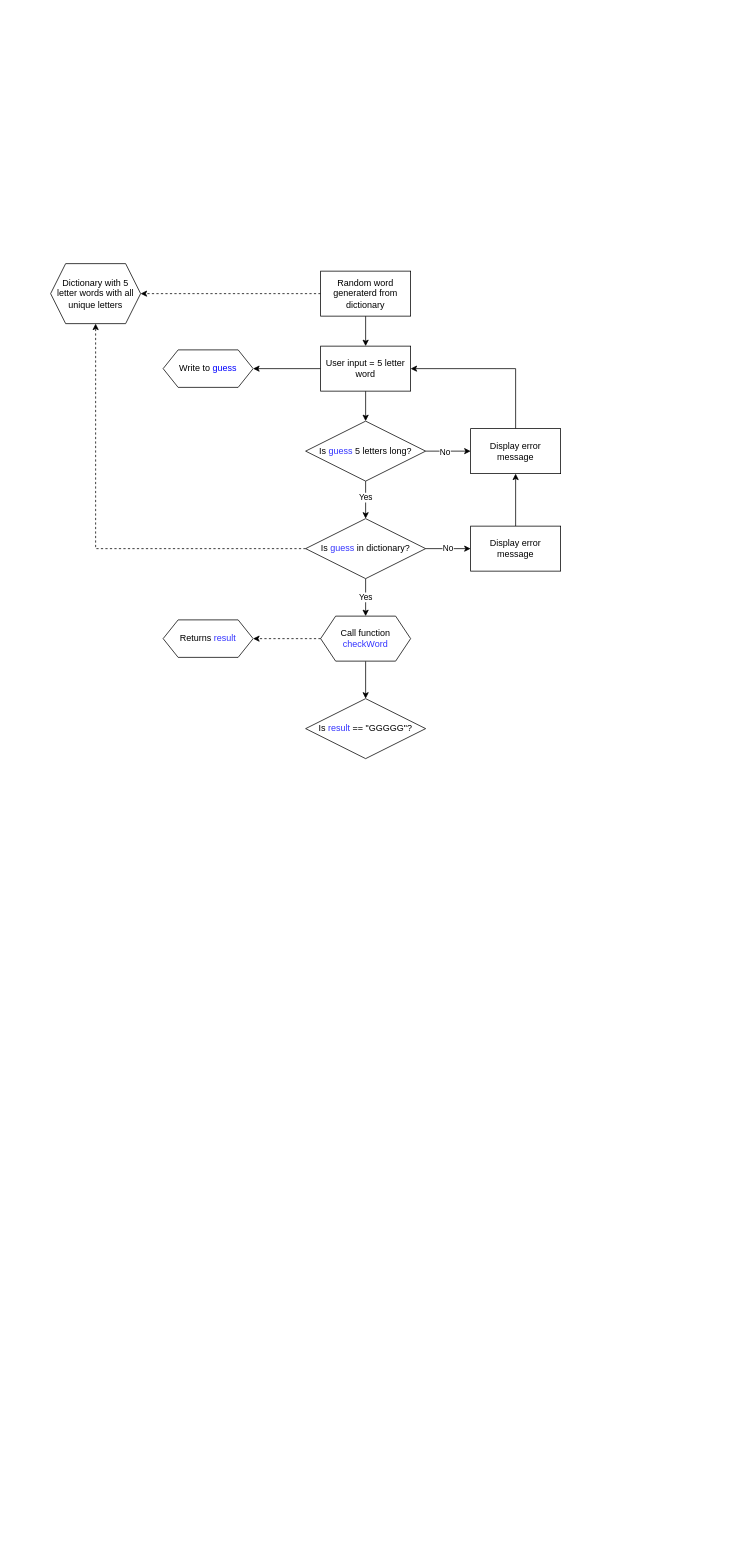
This is page "Main" (1 of 2) of wordle/logic.drawio from bansuri1/pythongames, a draw.io file, before an edit. Source tidied: cells renumbered, new cells numbered last; positions are measured from the earlier drawing's top-left corner, leaving out a move shared by most shapes. Both pictures are drawn from the tidied source at 75%, with x=0, y=0 at pixel (50, 263).
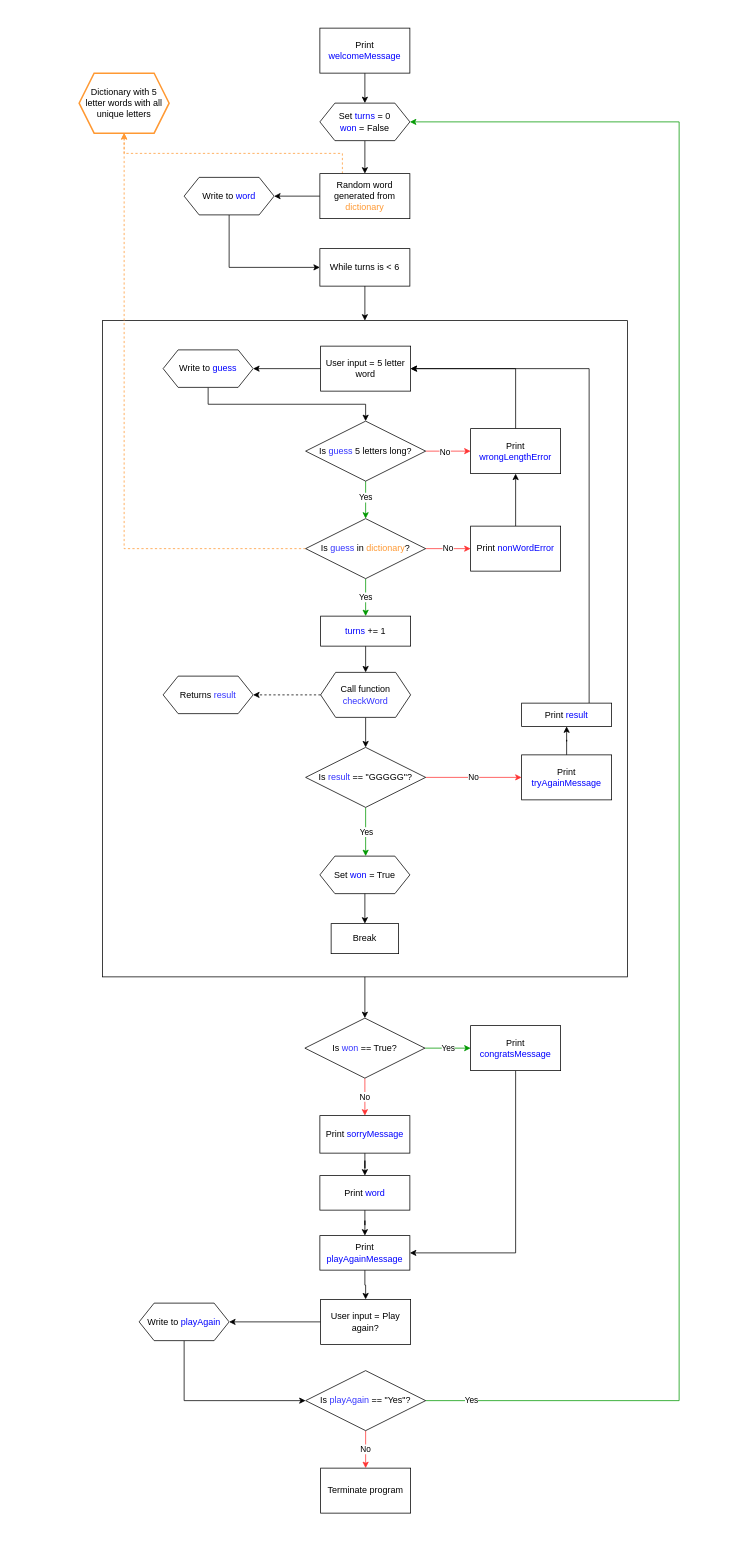
After the change.

Unchanged cells that the change refers to:
```xml
<mxCell id="8" value="User input = 5 letter word" style="rounded=0;whiteSpace=wrap;html=1;" parent="1" vertex="1">
  <mxGeometry x="360" y="110" width="120" height="60" as="geometry" />
</mxCell>
<mxCell id="9" value="Write to &lt;font color=&quot;#0000ff&quot;&gt;guess&lt;/font&gt;" style="shape=hexagon;perimeter=hexagonPerimeter2;whiteSpace=wrap;html=1;fixedSize=1;" parent="1" vertex="1">
  <mxGeometry x="150" y="115" width="120" height="50" as="geometry" />
</mxCell>
<mxCell id="14" value="&lt;font color=&quot;#000000&quot;&gt;Is &lt;/font&gt;&lt;font color=&quot;#3333ff&quot;&gt;guess&lt;/font&gt;&lt;font color=&quot;#000000&quot;&gt; 5 letters long?&lt;/font&gt;" style="rhombus;whiteSpace=wrap;html=1;fontColor=#0000FF;" parent="1" vertex="1">
  <mxGeometry x="340" y="210" width="160" height="80" as="geometry" />
</mxCell>
```

The edit, as a diff of the source:
```diff
@@
+    <mxCell id="28" style="rounded=0;whiteSpace=wrap;html=1;fontColor=#FF9933;strokeColor=none;strokeWidth=2;fillColor=#FFFFFF;" parent="1" vertex="1">
+      <mxGeometry x="-50" y="-334" width="940" height="2030" as="geometry" />
+    </mxCell>
+    <mxCell id="29" style="edgeStyle=orthogonalEdgeStyle;rounded=0;jettySize=auto;html=1;exitX=0.5;exitY=1;exitDx=0;exitDy=0;fontColor=#0000FF;strokeColor=#000000;strokeWidth=1;" parent="1" edge="1" source="30" target="61">
+      <mxGeometry relative="1" as="geometry" />
+    </mxCell>
+    <mxCell id="30" style="rounded=0;whiteSpace=wrap;html=1;fontColor=#000000;fillColor=none;" parent="1" vertex="1">
+      <mxGeometry x="69" y="76" width="700" height="875" as="geometry" />
+    </mxCell>
-    <mxCell id="2" value="Dictionary with 5 letter words with all unique letters" style="shape=hexagon;perimeter=hexagonPerimeter2;whiteSpace=wrap;html=1;fixedSize=1;" parent="1" vertex="1">
-      <mxGeometry width="120" height="80" as="geometry" />
+    <mxCell id="2" value="Dictionary with 5 letter words with all unique letters" style="shape=hexagon;perimeter=hexagonPerimeter2;whiteSpace=wrap;html=1;fixedSize=1;strokeColor=#FF9933;strokeWidth=2;" parent="1" vertex="1">
+      <mxGeometry x="38" y="-254" width="120" height="80" as="geometry" />
     </mxCell>
-    <mxCell id="3" style="edgeStyle=orthogonalEdgeStyle;rounded=0;jettySize=auto;html=1;fontColor=#0000FF;" parent="1" edge="1" source="5" target="8">
-      <mxGeometry relative="1" as="geometry" />
-    </mxCell>
+    <mxCell id="31" style="edgeStyle=orthogonalEdgeStyle;rounded=0;jettySize=auto;html=1;fontColor=#000000;" parent="1" edge="1" source="5" target="53">
+      <mxGeometry relative="1" as="geometry" />
+    </mxCell>
-    <mxCell id="4" style="edgeStyle=orthogonalEdgeStyle;rounded=0;jettySize=auto;html=1;exitX=0;exitY=0.5;exitDx=0;exitDy=0;dashed=1;fontColor=#000000;" parent="1" edge="1" source="5" target="2">
+    <mxCell id="4" style="edgeStyle=orthogonalEdgeStyle;rounded=0;jettySize=auto;html=1;exitX=0.25;exitY=0;exitDx=0;exitDy=0;fontColor=#000000;strokeColor=#FF9933;strokeWidth=1;dashed=1;" parent="1" edge="1" source="5" target="2">
       <mxGeometry relative="1" as="geometry" />
     </mxCell>
-    <mxCell id="5" value="Random word generaterd from dictionary" style="rounded=0;whiteSpace=wrap;html=1;" parent="1" vertex="1">
-      <mxGeometry x="360" y="10" width="120" height="60" as="geometry" />
+    <mxCell id="5" value="Random word generated from &lt;font color=&quot;#ff9933&quot;&gt;dictionary&lt;/font&gt;" style="rounded=0;whiteSpace=wrap;html=1;" parent="1" vertex="1">
+      <mxGeometry x="359" y="-120" width="120" height="60" as="geometry" />
     </mxCell>
-    <mxCell id="6" style="edgeStyle=orthogonalEdgeStyle;rounded=0;jettySize=auto;html=1;fontColor=#000000;" parent="1" edge="1" source="8" target="14">
-      <mxGeometry relative="1" as="geometry" />
-    </mxCell>
@@
+    <mxCell id="32" style="edgeStyle=orthogonalEdgeStyle;rounded=0;jettySize=auto;html=1;exitX=0.5;exitY=1;exitDx=0;exitDy=0;fontColor=#000000;" parent="1" edge="1" source="9" target="14">
+      <mxGeometry relative="1" as="geometry" />
+    </mxCell>
@@
-    <mxCell id="10" style="edgeStyle=orthogonalEdgeStyle;rounded=0;jettySize=auto;html=1;fontColor=#000000;" parent="1" edge="1" source="14" target="16">
+    <mxCell id="10" style="edgeStyle=orthogonalEdgeStyle;rounded=0;jettySize=auto;html=1;fontColor=#000000;strokeColor=#FF3333;" parent="1" edge="1" source="14" target="16">
       <mxGeometry relative="1" as="geometry" />
     </mxCell>
@@
-    <mxCell id="12" style="edgeStyle=orthogonalEdgeStyle;rounded=0;jettySize=auto;html=1;fontColor=#000000;" parent="1" edge="1" source="14">
+    <mxCell id="12" style="edgeStyle=orthogonalEdgeStyle;rounded=0;jettySize=auto;html=1;fontColor=#000000;strokeColor=#009900;" parent="1" edge="1" source="14">
       <mxGeometry relative="1" as="geometry">
         <mxPoint x="420" y="340" as="targetPoint" />
       </mxGeometry>
     </mxCell>
@@
-    <mxCell id="16" value="Display error message" style="rounded=0;whiteSpace=wrap;html=1;fontColor=#000000;" parent="1" vertex="1">
+    <mxCell id="16" value="Print &lt;font color=&quot;#0000ff&quot;&gt;wrongLengthError&lt;/font&gt;" style="rounded=0;whiteSpace=wrap;html=1;fontColor=#000000;" parent="1" vertex="1">
       <mxGeometry x="560" y="220" width="120" height="60" as="geometry" />
     </mxCell>
-    <mxCell id="17" style="edgeStyle=orthogonalEdgeStyle;rounded=0;jettySize=auto;html=1;exitX=0;exitY=0.5;exitDx=0;exitDy=0;fontColor=#000000;dashed=1;" parent="1" edge="1" source="20" target="2">
-      <mxGeometry relative="1" as="geometry" />
-    </mxCell>
-    <mxCell id="18" value="No" style="edgeStyle=orthogonalEdgeStyle;rounded=0;jettySize=auto;html=1;fontColor=#000000;" parent="1" edge="1" source="20" target="22">
+    <mxCell id="18" value="No" style="edgeStyle=orthogonalEdgeStyle;rounded=0;jettySize=auto;html=1;fontColor=#000000;strokeColor=#FF3333;" parent="1" edge="1" source="20" target="22">
       <mxGeometry relative="1" as="geometry" />
     </mxCell>
-    <mxCell id="19" value="&lt;font color=&quot;#000000&quot;&gt;Yes&lt;/font&gt;" style="edgeStyle=orthogonalEdgeStyle;rounded=0;jettySize=auto;html=1;fontColor=#0000FF;" parent="1" edge="1" source="20">
+    <mxCell id="19" value="&lt;font color=&quot;#000000&quot;&gt;Yes&lt;/font&gt;" style="edgeStyle=orthogonalEdgeStyle;rounded=0;jettySize=auto;html=1;fontColor=#0000FF;strokeColor=#009900;" parent="1" edge="1" source="20">
       <mxGeometry relative="1" as="geometry">
         <mxPoint x="420" y="470" as="targetPoint" />
       </mxGeometry>
     </mxCell>
+    <mxCell id="17" style="edgeStyle=orthogonalEdgeStyle;rounded=0;jettySize=auto;html=1;exitX=0;exitY=0.5;exitDx=0;exitDy=0;entryX=0.5;entryY=1;entryDx=0;entryDy=0;fontColor=#000000;strokeColor=#FF9933;strokeWidth=1;dashed=1;" parent="1" edge="1" source="20" target="2">
+      <mxGeometry relative="1" as="geometry" />
+    </mxCell>
-    <mxCell id="20" value="&lt;font color=&quot;#000000&quot;&gt;Is &lt;/font&gt;&lt;font color=&quot;#3333ff&quot;&gt;guess &lt;/font&gt;&lt;font color=&quot;#000000&quot;&gt;in dictionary?&lt;/font&gt;" style="rhombus;whiteSpace=wrap;html=1;fontColor=#0000FF;" parent="1" vertex="1">
+    <mxCell id="20" value="&lt;font color=&quot;#000000&quot;&gt;Is &lt;/font&gt;&lt;font color=&quot;#3333ff&quot;&gt;guess &lt;/font&gt;&lt;font color=&quot;#000000&quot;&gt;in &lt;/font&gt;&lt;font color=&quot;#ff9933&quot;&gt;dictionary&lt;/font&gt;&lt;font color=&quot;#000000&quot;&gt;?&lt;/font&gt;" style="rhombus;whiteSpace=wrap;html=1;fontColor=#0000FF;" parent="1" vertex="1">
       <mxGeometry x="340" y="340" width="160" height="80" as="geometry" />
     </mxCell>
@@
-    <mxCell id="22" value="Display error message" style="rounded=0;whiteSpace=wrap;html=1;fontColor=#000000;" parent="1" vertex="1">
+    <mxCell id="22" value="Print &lt;font color=&quot;#0000ff&quot;&gt;nonWordError&lt;/font&gt;" style="rounded=0;whiteSpace=wrap;html=1;fontColor=#000000;" parent="1" vertex="1">
       <mxGeometry x="560" y="350" width="120" height="60" as="geometry" />
     </mxCell>
@@
     <mxCell id="25" value="Call function &lt;font color=&quot;#3333ff&quot;&gt;checkWord&lt;/font&gt;" style="shape=hexagon;perimeter=hexagonPerimeter2;whiteSpace=wrap;html=1;fixedSize=1;fontColor=#000000;" parent="1" vertex="1">
-      <mxGeometry x="360" y="470" width="120" height="60" as="geometry" />
+      <mxGeometry x="360" y="545" width="120" height="60" as="geometry" />
     </mxCell>
     <mxCell id="26" value="&lt;font color=&quot;#000000&quot;&gt;Returns &lt;/font&gt;result" style="shape=hexagon;perimeter=hexagonPerimeter2;whiteSpace=wrap;html=1;fixedSize=1;fontColor=#3333FF;" parent="1" vertex="1">
-      <mxGeometry x="150" y="475" width="120" height="50" as="geometry" />
+      <mxGeometry x="150" y="550" width="120" height="50" as="geometry" />
     </mxCell>
+    <mxCell id="33" value="Yes" style="edgeStyle=orthogonalEdgeStyle;rounded=0;jettySize=auto;html=1;fontColor=#000000;strokeColor=#009900;" parent="1" edge="1" source="27">
+      <mxGeometry relative="1" as="geometry">
+        <mxPoint x="420" y="790" as="targetPoint" />
+      </mxGeometry>
+    </mxCell>
+    <mxCell id="34" value="No" style="edgeStyle=orthogonalEdgeStyle;rounded=0;jettySize=auto;html=1;exitX=1;exitY=0.5;exitDx=0;exitDy=0;fontColor=#000000;strokeColor=#FF3333;strokeWidth=1;entryX=0;entryY=0.5;entryDx=0;entryDy=0;" parent="1" edge="1" source="27" target="58">
+      <mxGeometry relative="1" as="geometry" />
+    </mxCell>
     <mxCell id="27" value="&lt;font color=&quot;#000000&quot;&gt;Is &lt;/font&gt;&lt;font color=&quot;#3333ff&quot;&gt;result&lt;/font&gt;&lt;font color=&quot;#000000&quot;&gt;&amp;nbsp;== &quot;GGGGG&quot;?&lt;/font&gt;" style="rhombus;whiteSpace=wrap;html=1;fontColor=#0000FF;" parent="1" vertex="1">
-      <mxGeometry x="340" y="580" width="160" height="80" as="geometry" />
+      <mxGeometry x="340" y="645" width="160" height="80" as="geometry" />
     </mxCell>
+    <mxCell id="35" style="edgeStyle=orthogonalEdgeStyle;rounded=0;jettySize=auto;html=1;fontColor=#000000;" parent="1" edge="1" source="36" target="5">
+      <mxGeometry relative="1" as="geometry" />
+    </mxCell>
+    <mxCell id="36" value="Set &lt;font color=&quot;#0000ff&quot;&gt;turns &lt;/font&gt;= 0&lt;br&gt;&lt;span style=&quot;color: rgb(0 , 0 , 255)&quot;&gt;won&amp;nbsp;&lt;/span&gt;= False" style="shape=hexagon;perimeter=hexagonPerimeter2;whiteSpace=wrap;html=1;fixedSize=1;" parent="1" vertex="1">
+      <mxGeometry x="359" y="-214" width="120" height="50" as="geometry" />
+    </mxCell>
+    <mxCell id="37" style="edgeStyle=orthogonalEdgeStyle;rounded=0;jettySize=auto;html=1;exitX=0.5;exitY=1;exitDx=0;exitDy=0;entryX=0.5;entryY=0;entryDx=0;entryDy=0;fontColor=#000000;" parent="1" edge="1" source="38" target="25">
+      <mxGeometry relative="1" as="geometry" />
+    </mxCell>
+    <mxCell id="38" value="turns &lt;font color=&quot;#000000&quot;&gt;+= 1&lt;/font&gt;" style="rounded=0;whiteSpace=wrap;html=1;fontColor=#0000FF;" parent="1" vertex="1">
+      <mxGeometry x="360" y="470" width="120" height="40" as="geometry" />
+    </mxCell>
+    <mxCell id="39" style="edgeStyle=orthogonalEdgeStyle;rounded=0;jettySize=auto;html=1;fontColor=#000000;" parent="1" edge="1" source="40" target="42">
+      <mxGeometry relative="1" as="geometry" />
+    </mxCell>
+    <mxCell id="40" value="&lt;font color=&quot;#000000&quot;&gt;User input = Play again?&lt;/font&gt;" style="rounded=0;whiteSpace=wrap;html=1;fontColor=#0000FF;" parent="1" vertex="1">
+      <mxGeometry x="360" y="1381" width="120" height="60" as="geometry" />
+    </mxCell>
+    <mxCell id="41" style="edgeStyle=orthogonalEdgeStyle;rounded=0;jettySize=auto;html=1;exitX=0.5;exitY=1;exitDx=0;exitDy=0;entryX=0;entryY=0.5;entryDx=0;entryDy=0;fontColor=#000000;" parent="1" edge="1" source="42" target="45">
+      <mxGeometry relative="1" as="geometry" />
+    </mxCell>
+    <mxCell id="42" value="Write to &lt;font color=&quot;#0000ff&quot;&gt;playAgain&lt;/font&gt;" style="shape=hexagon;perimeter=hexagonPerimeter2;whiteSpace=wrap;html=1;fixedSize=1;" parent="1" vertex="1">
+      <mxGeometry x="118" y="1386" width="120" height="50" as="geometry" />
+    </mxCell>
+    <mxCell id="43" value="No" style="edgeStyle=orthogonalEdgeStyle;rounded=0;jettySize=auto;html=1;fontColor=#000000;strokeColor=#FF3333;" parent="1" edge="1" source="45" target="46">
+      <mxGeometry relative="1" as="geometry" />
+    </mxCell>
+    <mxCell id="44" value="Yes" style="edgeStyle=orthogonalEdgeStyle;rounded=0;jettySize=auto;html=1;exitX=1;exitY=0.5;exitDx=0;exitDy=0;fontColor=#000000;entryX=1;entryY=0.5;entryDx=0;entryDy=0;strokeColor=#009900;" parent="1" edge="1" source="45" target="36">
+      <mxGeometry x="-0.95" relative="1" as="geometry">
+        <Array as="points">
+          <mxPoint x="838" y="1516" />
+          <mxPoint x="838" y="-189" />
+        </Array>
+        <mxPoint x="1" as="offset" />
+      </mxGeometry>
+    </mxCell>
+    <mxCell id="45" value="&lt;font color=&quot;#000000&quot;&gt;Is &lt;/font&gt;&lt;font color=&quot;#3333ff&quot;&gt;playAgain&amp;nbsp;&lt;/font&gt;&lt;font color=&quot;#000000&quot;&gt;== &quot;Yes&quot;?&lt;/font&gt;" style="rhombus;whiteSpace=wrap;html=1;fontColor=#0000FF;" parent="1" vertex="1">
+      <mxGeometry x="340" y="1476" width="160" height="80" as="geometry" />
+    </mxCell>
+    <mxCell id="46" value="Terminate program" style="rounded=0;whiteSpace=wrap;html=1;fontColor=#000000;" parent="1" vertex="1">
+      <mxGeometry x="360" y="1606" width="120" height="60" as="geometry" />
+    </mxCell>
+    <mxCell id="47" style="edgeStyle=orthogonalEdgeStyle;rounded=0;jettySize=auto;html=1;exitX=0.5;exitY=1;exitDx=0;exitDy=0;entryX=0.5;entryY=0;entryDx=0;entryDy=0;fontColor=#000000;" parent="1" edge="1" source="48" target="30">
+      <mxGeometry relative="1" as="geometry" />
+    </mxCell>
+    <mxCell id="48" value="&lt;font color=&quot;#000000&quot;&gt;While turns is &amp;lt; 6&lt;/font&gt;" style="rounded=0;whiteSpace=wrap;html=1;fontColor=#0000FF;fillColor=none;" parent="1" vertex="1">
+      <mxGeometry x="359" y="-20" width="120" height="50" as="geometry" />
+    </mxCell>
+    <mxCell id="49" style="edgeStyle=orthogonalEdgeStyle;rounded=0;jettySize=auto;html=1;fontColor=#000000;" parent="1" edge="1" source="50" target="51">
+      <mxGeometry relative="1" as="geometry" />
+    </mxCell>
+    <mxCell id="50" value="Set &lt;font color=&quot;#0000ff&quot;&gt;won &lt;/font&gt;= True" style="shape=hexagon;perimeter=hexagonPerimeter2;whiteSpace=wrap;html=1;fixedSize=1;fontColor=#000000;fillColor=none;" parent="1" vertex="1">
+      <mxGeometry x="359" y="790" width="120" height="50" as="geometry" />
+    </mxCell>
+    <mxCell id="51" value="&lt;font color=&quot;#000000&quot;&gt;Break&lt;/font&gt;" style="rounded=0;whiteSpace=wrap;html=1;fontColor=#0000FF;fillColor=none;" parent="1" vertex="1">
+      <mxGeometry x="374" y="880" width="90" height="40" as="geometry" />
+    </mxCell>
+    <mxCell id="52" style="edgeStyle=orthogonalEdgeStyle;rounded=0;jettySize=auto;html=1;exitX=0.5;exitY=1;exitDx=0;exitDy=0;entryX=0;entryY=0.5;entryDx=0;entryDy=0;fontColor=#000000;" parent="1" edge="1" source="53" target="48">
+      <mxGeometry relative="1" as="geometry" />
+    </mxCell>
+    <mxCell id="53" value="Write to &lt;font color=&quot;#0000ff&quot;&gt;word&lt;/font&gt;" style="shape=hexagon;perimeter=hexagonPerimeter2;whiteSpace=wrap;html=1;fixedSize=1;" parent="1" vertex="1">
+      <mxGeometry x="178" y="-115" width="120" height="50" as="geometry" />
+    </mxCell>
+    <mxCell id="54" style="edgeStyle=orthogonalEdgeStyle;rounded=0;jettySize=auto;html=1;fontColor=#000000;strokeColor=#000000;strokeWidth=1;" parent="1" edge="1" source="55" target="36">
+      <mxGeometry relative="1" as="geometry" />
+    </mxCell>
+    <mxCell id="55" value="&lt;font color=&quot;#000000&quot;&gt;Print &lt;/font&gt;&lt;font color=&quot;#0000ff&quot;&gt;welcomeMessage&lt;/font&gt;" style="rounded=0;whiteSpace=wrap;html=1;fontColor=#FF9933;strokeColor=#000000;strokeWidth=1;fillColor=#FFFFFF;" parent="1" vertex="1">
+      <mxGeometry x="359" y="-314" width="120" height="60" as="geometry" />
+    </mxCell>
+    <mxCell id="56" style="edgeStyle=orthogonalEdgeStyle;rounded=0;jettySize=auto;html=1;exitX=0.75;exitY=0;exitDx=0;exitDy=0;entryX=1;entryY=0.5;entryDx=0;entryDy=0;fontColor=#000000;strokeColor=default;strokeWidth=1;startArrow=none;" parent="1" edge="1" source="70" target="8">
+      <mxGeometry relative="1" as="geometry" />
+    </mxCell>
+    <mxCell id="57" style="edgeStyle=orthogonalEdgeStyle;rounded=0;jettySize=auto;html=1;fontColor=#000000;strokeColor=#000000;strokeWidth=1;" parent="1" edge="1" source="58" target="70">
+      <mxGeometry relative="1" as="geometry" />
+    </mxCell>
+    <mxCell id="58" value="&lt;font color=&quot;#000000&quot;&gt;Print &lt;/font&gt;tryAgainMessage" style="rounded=0;whiteSpace=wrap;html=1;fontColor=#0000FF;strokeColor=#000000;strokeWidth=1;fillColor=#FFFFFF;" parent="1" vertex="1">
+      <mxGeometry x="628" y="655" width="120" height="60" as="geometry" />
+    </mxCell>
+    <mxCell id="59" value="&lt;font color=&quot;#000000&quot;&gt;Yes&lt;/font&gt;" style="edgeStyle=orthogonalEdgeStyle;rounded=0;jettySize=auto;html=1;fontColor=#0000FF;strokeColor=#009900;strokeWidth=1;" parent="1" edge="1" source="61" target="63">
+      <mxGeometry relative="1" as="geometry" />
+    </mxCell>
+    <mxCell id="60" value="&lt;font color=&quot;#000000&quot;&gt;No&lt;/font&gt;" style="edgeStyle=orthogonalEdgeStyle;rounded=0;jettySize=auto;html=1;exitX=0.5;exitY=1;exitDx=0;exitDy=0;fontColor=#0000FF;strokeColor=#FF3333;strokeWidth=1;" parent="1" edge="1" source="61" target="65">
+      <mxGeometry relative="1" as="geometry" />
+    </mxCell>
+    <mxCell id="61" value="&lt;font color=&quot;#000000&quot;&gt;Is &lt;/font&gt;&lt;font color=&quot;#3333ff&quot;&gt;won &lt;/font&gt;&lt;font color=&quot;#000000&quot;&gt;== True?&lt;/font&gt;" style="rhombus;whiteSpace=wrap;html=1;fontColor=#0000FF;" parent="1" vertex="1">
+      <mxGeometry x="339" y="1006" width="160" height="80" as="geometry" />
+    </mxCell>
+    <mxCell id="62" style="edgeStyle=orthogonalEdgeStyle;rounded=0;jettySize=auto;html=1;exitX=0.5;exitY=1;exitDx=0;exitDy=0;entryX=1;entryY=0.5;entryDx=0;entryDy=0;fontColor=#000000;strokeColor=#000000;strokeWidth=1;" parent="1" edge="1" source="63" target="69">
+      <mxGeometry relative="1" as="geometry" />
+    </mxCell>
+    <mxCell id="63" value="&lt;font color=&quot;#000000&quot;&gt;Print &lt;/font&gt;congratsMessage" style="rounded=0;whiteSpace=wrap;html=1;fontColor=#0000FF;strokeColor=#000000;strokeWidth=1;fillColor=#FFFFFF;" parent="1" vertex="1">
+      <mxGeometry x="560" y="1016" width="120" height="60" as="geometry" />
+    </mxCell>
+    <mxCell id="64" style="edgeStyle=orthogonalEdgeStyle;rounded=0;jettySize=auto;html=1;exitX=0.5;exitY=1;exitDx=0;exitDy=0;fontColor=#0000FF;strokeColor=#000000;strokeWidth=1;" parent="1" edge="1" source="65" target="67">
+      <mxGeometry relative="1" as="geometry" />
+    </mxCell>
+    <mxCell id="65" value="&lt;font color=&quot;#000000&quot;&gt;Print &lt;/font&gt;sorryMessage" style="rounded=0;whiteSpace=wrap;html=1;fontColor=#0000FF;strokeColor=#000000;strokeWidth=1;fillColor=#FFFFFF;" parent="1" vertex="1">
+      <mxGeometry x="359" y="1136" width="120" height="50" as="geometry" />
+    </mxCell>
+    <mxCell id="66" style="edgeStyle=orthogonalEdgeStyle;rounded=0;jettySize=auto;html=1;fontColor=#000000;strokeColor=#000000;strokeWidth=1;" parent="1" edge="1" source="67" target="69">
+      <mxGeometry relative="1" as="geometry" />
+    </mxCell>
+    <mxCell id="67" value="&lt;font color=&quot;#000000&quot;&gt;Print &lt;/font&gt;word" style="rounded=0;whiteSpace=wrap;html=1;fontColor=#0000FF;strokeColor=#000000;strokeWidth=1;fillColor=#FFFFFF;" parent="1" vertex="1">
+      <mxGeometry x="359" y="1216" width="120" height="46" as="geometry" />
+    </mxCell>
+    <mxCell id="68" style="edgeStyle=orthogonalEdgeStyle;rounded=0;jettySize=auto;html=1;exitX=0.5;exitY=1;exitDx=0;exitDy=0;fontColor=#000000;strokeColor=#000000;strokeWidth=1;" parent="1" edge="1" source="69" target="40">
+      <mxGeometry relative="1" as="geometry" />
+    </mxCell>
+    <mxCell id="69" value="&lt;font color=&quot;#000000&quot;&gt;Print &lt;/font&gt;playAgainMessage" style="rounded=0;whiteSpace=wrap;html=1;fontColor=#0000FF;strokeColor=#000000;strokeWidth=1;fillColor=#FFFFFF;" parent="1" vertex="1">
+      <mxGeometry x="359" y="1296" width="120" height="46" as="geometry" />
+    </mxCell>
+    <mxCell id="70" value="&lt;font color=&quot;#000000&quot;&gt;Print &lt;/font&gt;result" style="rounded=0;whiteSpace=wrap;html=1;fontColor=#0000FF;strokeColor=#000000;strokeWidth=1;fillColor=#FFFFFF;" parent="1" vertex="1">
+      <mxGeometry x="628" y="586" width="120" height="31" as="geometry" />
+    </mxCell>
```
